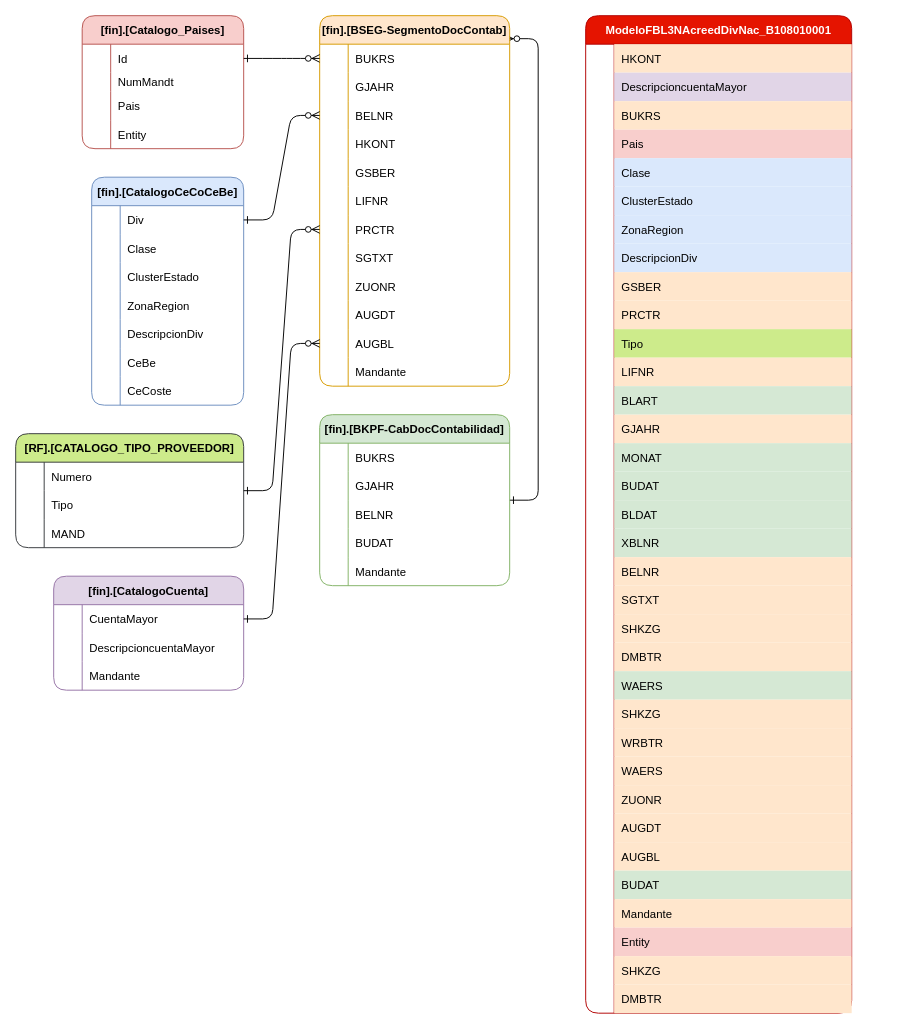
Above: ER_FBL3N_1.drawio in ale230131/ale230131 (draw.io), before the change. Source tidied: cells renumbered, new cells numbered last; positions are measured from the earlier drawing's top-left corner, leaving out a move shared by most shapes. Both pictures are drawn from the tidied source at 95%, with x=0, y=0 at pixel (-674, 15).
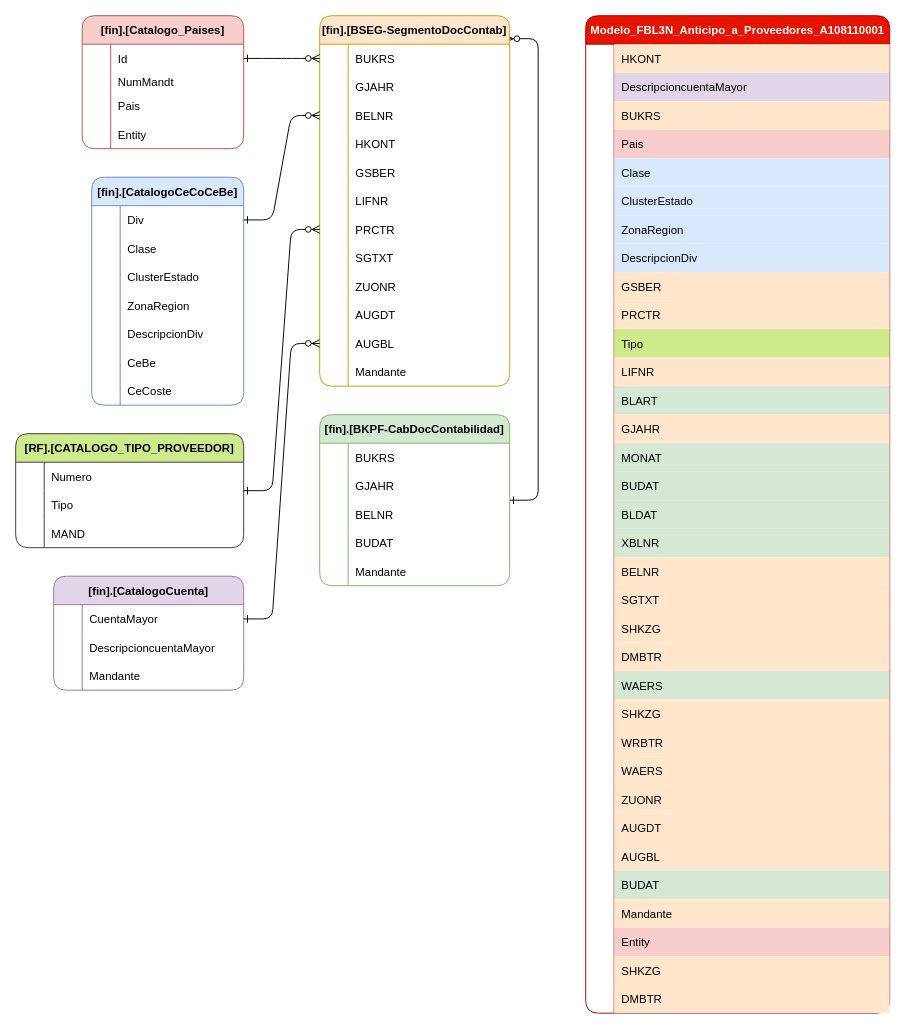
After the change.

What changed in the source:
```diff
@@
-    <mxCell id="3" value="ModeloFBL3NAcreedDivNac_B108010001" style="shape=table;startSize=30;childLayout=tableLayout;rowLines=0;fontStyle=1;align=center;fillColor=#e51400;fontColor=#ffffff;strokeColor=#B20000;rounded=1;" parent="1" vertex="1">
-      <mxGeometry x="1326" width="280" height="1050" as="geometry" />
+    <mxCell id="3" value="Modelo_FBL3N_Anticipo_a_Proveedores_A108110001" style="shape=table;startSize=30;childLayout=tableLayout;rowLines=0;fontStyle=1;align=center;fillColor=#e51400;fontColor=#ffffff;strokeColor=#B20000;rounded=1;" parent="1" vertex="1">
+      <mxGeometry x="1326" width="320" height="1050" as="geometry" />
     </mxCell>
     <mxCell id="4" style="shape=tableRow;horizontal=0;startSize=0;swimlaneHead=0;swimlaneBody=0;fillColor=none;strokeColor=inherit;top=0;left=0;right=0;bottom=0;" parent="3" vertex="1">
-      <mxGeometry y="30" width="280" height="30" as="geometry" />
+      <mxGeometry y="30" width="320" height="30" as="geometry" />
     </mxCell>
@@
     <mxCell id="6" value="HKONT" style="shape=partialRectangle;overflow=hidden;fillColor=#ffe6cc;align=left;strokeColor=#d79b00;top=0;left=0;bottom=0;right=0;spacingLeft=6;" parent="4" vertex="1">
-      <mxGeometry x="30" width="250" height="30" as="geometry" />
+      <mxGeometry x="30" width="290" height="30" as="geometry" />
     </mxCell>
     <mxCell id="7" style="shape=tableRow;horizontal=0;startSize=0;swimlaneHead=0;swimlaneBody=0;fillColor=none;strokeColor=inherit;top=0;left=0;right=0;bottom=0;" parent="3" vertex="1">
-      <mxGeometry y="60" width="280" height="30" as="geometry" />
+      <mxGeometry y="60" width="320" height="30" as="geometry" />
     </mxCell>
@@
     <mxCell id="9" value="DescripcioncuentaMayor" style="shape=partialRectangle;overflow=hidden;fillColor=#e1d5e7;align=left;strokeColor=#9673a6;top=0;left=0;bottom=0;right=0;spacingLeft=6;" parent="7" vertex="1">
-      <mxGeometry x="30" width="250" height="30" as="geometry" />
+      <mxGeometry x="30" width="290" height="30" as="geometry" />
     </mxCell>
     <mxCell id="10" style="shape=tableRow;horizontal=0;startSize=0;swimlaneHead=0;swimlaneBody=0;fillColor=none;strokeColor=inherit;top=0;left=0;right=0;bottom=0;" parent="3" vertex="1">
-      <mxGeometry y="90" width="280" height="30" as="geometry" />
+      <mxGeometry y="90" width="320" height="30" as="geometry" />
     </mxCell>
@@
     <mxCell id="12" value="BUKRS" style="shape=partialRectangle;overflow=hidden;fillColor=#ffe6cc;align=left;strokeColor=#d79b00;top=0;left=0;bottom=0;right=0;spacingLeft=6;" parent="10" vertex="1">
-      <mxGeometry x="30" width="250" height="30" as="geometry" />
+      <mxGeometry x="30" width="290" height="30" as="geometry" />
     </mxCell>
     <mxCell id="13" style="shape=tableRow;horizontal=0;startSize=0;swimlaneHead=0;swimlaneBody=0;fillColor=none;strokeColor=inherit;top=0;left=0;right=0;bottom=0;" parent="3" vertex="1">
-      <mxGeometry y="120" width="280" height="30" as="geometry" />
+      <mxGeometry y="120" width="320" height="30" as="geometry" />
     </mxCell>
@@
     <mxCell id="15" value="Pais" style="shape=partialRectangle;overflow=hidden;fillColor=#f8cecc;align=left;strokeColor=#b85450;top=0;left=0;bottom=0;right=0;spacingLeft=6;" parent="13" vertex="1">
-      <mxGeometry x="30" width="250" height="30" as="geometry" />
+      <mxGeometry x="30" width="290" height="30" as="geometry" />
     </mxCell>
     <mxCell id="16" style="shape=tableRow;horizontal=0;startSize=0;swimlaneHead=0;swimlaneBody=0;fillColor=none;strokeColor=inherit;top=0;left=0;right=0;bottom=0;" parent="3" vertex="1">
-      <mxGeometry y="150" width="280" height="30" as="geometry" />
+      <mxGeometry y="150" width="320" height="30" as="geometry" />
     </mxCell>
@@
     <mxCell id="18" value="Clase" style="shape=partialRectangle;overflow=hidden;fillColor=#dae8fc;align=left;strokeColor=#6c8ebf;top=0;left=0;bottom=0;right=0;spacingLeft=6;" parent="16" vertex="1">
-      <mxGeometry x="30" width="250" height="30" as="geometry" />
+      <mxGeometry x="30" width="290" height="30" as="geometry" />
     </mxCell>
     <mxCell id="19" style="shape=tableRow;horizontal=0;startSize=0;swimlaneHead=0;swimlaneBody=0;fillColor=none;strokeColor=inherit;top=0;left=0;right=0;bottom=0;" parent="3" vertex="1">
-      <mxGeometry y="180" width="280" height="30" as="geometry" />
+      <mxGeometry y="180" width="320" height="30" as="geometry" />
     </mxCell>
@@
     <mxCell id="21" value="ClusterEstado" style="shape=partialRectangle;overflow=hidden;fillColor=#dae8fc;align=left;strokeColor=#6c8ebf;top=0;left=0;bottom=0;right=0;spacingLeft=6;" parent="19" vertex="1">
-      <mxGeometry x="30" width="250" height="30" as="geometry" />
+      <mxGeometry x="30" width="290" height="30" as="geometry" />
     </mxCell>
     <mxCell id="22" style="shape=tableRow;horizontal=0;startSize=0;swimlaneHead=0;swimlaneBody=0;fillColor=none;strokeColor=inherit;top=0;left=0;right=0;bottom=0;" parent="3" vertex="1">
-      <mxGeometry y="210" width="280" height="30" as="geometry" />
+      <mxGeometry y="210" width="320" height="30" as="geometry" />
     </mxCell>
@@
     <mxCell id="24" value="ZonaRegion" style="shape=partialRectangle;overflow=hidden;fillColor=#dae8fc;align=left;strokeColor=#6c8ebf;top=0;left=0;bottom=0;right=0;spacingLeft=6;" parent="22" vertex="1">
-      <mxGeometry x="30" width="250" height="30" as="geometry" />
+      <mxGeometry x="30" width="290" height="30" as="geometry" />
     </mxCell>
     <mxCell id="25" style="shape=tableRow;horizontal=0;startSize=0;swimlaneHead=0;swimlaneBody=0;fillColor=none;strokeColor=inherit;top=0;left=0;right=0;bottom=0;" parent="3" vertex="1">
-      <mxGeometry y="240" width="280" height="30" as="geometry" />
+      <mxGeometry y="240" width="320" height="30" as="geometry" />
     </mxCell>
@@
     <mxCell id="27" value="DescripcionDiv" style="shape=partialRectangle;overflow=hidden;fillColor=#dae8fc;align=left;strokeColor=#6c8ebf;top=0;left=0;bottom=0;right=0;spacingLeft=6;" parent="25" vertex="1">
-      <mxGeometry x="30" width="250" height="30" as="geometry" />
+      <mxGeometry x="30" width="290" height="30" as="geometry" />
     </mxCell>
     <mxCell id="28" style="shape=tableRow;horizontal=0;startSize=0;swimlaneHead=0;swimlaneBody=0;fillColor=none;strokeColor=inherit;top=0;left=0;right=0;bottom=0;" parent="3" vertex="1">
-      <mxGeometry y="270" width="280" height="30" as="geometry" />
+      <mxGeometry y="270" width="320" height="30" as="geometry" />
     </mxCell>
@@
     <mxCell id="30" value="GSBER" style="shape=partialRectangle;overflow=hidden;fillColor=#ffe6cc;align=left;strokeColor=#d79b00;top=0;left=0;bottom=0;right=0;spacingLeft=6;" parent="28" vertex="1">
-      <mxGeometry x="30" width="250" height="30" as="geometry" />
+      <mxGeometry x="30" width="290" height="30" as="geometry" />
     </mxCell>
     <mxCell id="31" style="shape=tableRow;horizontal=0;startSize=0;swimlaneHead=0;swimlaneBody=0;fillColor=none;strokeColor=inherit;top=0;left=0;right=0;bottom=0;" parent="3" vertex="1">
-      <mxGeometry y="300" width="280" height="30" as="geometry" />
+      <mxGeometry y="300" width="320" height="30" as="geometry" />
     </mxCell>
@@
     <mxCell id="33" value="PRCTR" style="shape=partialRectangle;overflow=hidden;fillColor=#ffe6cc;align=left;strokeColor=#d79b00;top=0;left=0;bottom=0;right=0;spacingLeft=6;" parent="31" vertex="1">
-      <mxGeometry x="30" width="250" height="30" as="geometry" />
+      <mxGeometry x="30" width="290" height="30" as="geometry" />
     </mxCell>
     <mxCell id="34" style="shape=tableRow;horizontal=0;startSize=0;swimlaneHead=0;swimlaneBody=0;fillColor=none;strokeColor=inherit;top=0;left=0;right=0;bottom=0;" parent="3" vertex="1">
-      <mxGeometry y="330" width="280" height="30" as="geometry" />
+      <mxGeometry y="330" width="320" height="30" as="geometry" />
     </mxCell>
@@
     <mxCell id="36" value="Tipo" style="shape=partialRectangle;overflow=hidden;fillColor=#cdeb8b;align=left;strokeColor=#36393d;top=0;left=0;bottom=0;right=0;spacingLeft=6;" parent="34" vertex="1">
-      <mxGeometry x="30" width="250" height="30" as="geometry" />
+      <mxGeometry x="30" width="290" height="30" as="geometry" />
     </mxCell>
     <mxCell id="37" style="shape=tableRow;horizontal=0;startSize=0;swimlaneHead=0;swimlaneBody=0;fillColor=none;strokeColor=inherit;top=0;left=0;right=0;bottom=0;" parent="3" vertex="1">
-      <mxGeometry y="360" width="280" height="30" as="geometry" />
+      <mxGeometry y="360" width="320" height="30" as="geometry" />
     </mxCell>
@@
     <mxCell id="39" value="LIFNR" style="shape=partialRectangle;overflow=hidden;fillColor=#ffe6cc;align=left;strokeColor=#d79b00;top=0;left=0;bottom=0;right=0;spacingLeft=6;" parent="37" vertex="1">
-      <mxGeometry x="30" width="250" height="30" as="geometry" />
+      <mxGeometry x="30" width="290" height="30" as="geometry" />
     </mxCell>
     <mxCell id="40" style="shape=tableRow;horizontal=0;startSize=0;swimlaneHead=0;swimlaneBody=0;fillColor=none;strokeColor=inherit;top=0;left=0;right=0;bottom=0;" parent="3" vertex="1">
-      <mxGeometry y="390" width="280" height="30" as="geometry" />
+      <mxGeometry y="390" width="320" height="30" as="geometry" />
     </mxCell>
@@
     <mxCell id="42" value="BLART" style="shape=partialRectangle;overflow=hidden;fillColor=#d5e8d4;align=left;strokeColor=#82b366;top=0;left=0;bottom=0;right=0;spacingLeft=6;" parent="40" vertex="1">
-      <mxGeometry x="30" width="250" height="30" as="geometry" />
+      <mxGeometry x="30" width="290" height="30" as="geometry" />
     </mxCell>
     <mxCell id="43" style="shape=tableRow;horizontal=0;startSize=0;swimlaneHead=0;swimlaneBody=0;fillColor=none;strokeColor=inherit;top=0;left=0;right=0;bottom=0;" parent="3" vertex="1">
-      <mxGeometry y="420" width="280" height="30" as="geometry" />
+      <mxGeometry y="420" width="320" height="30" as="geometry" />
     </mxCell>
@@
     <mxCell id="45" value="GJAHR" style="shape=partialRectangle;overflow=hidden;fillColor=#ffe6cc;align=left;strokeColor=#d79b00;top=0;left=0;bottom=0;right=0;spacingLeft=6;" parent="43" vertex="1">
-      <mxGeometry x="30" width="250" height="30" as="geometry" />
+      <mxGeometry x="30" width="290" height="30" as="geometry" />
     </mxCell>
     <mxCell id="46" style="shape=tableRow;horizontal=0;startSize=0;swimlaneHead=0;swimlaneBody=0;fillColor=none;strokeColor=inherit;top=0;left=0;right=0;bottom=0;" parent="3" vertex="1">
-      <mxGeometry y="450" width="280" height="30" as="geometry" />
+      <mxGeometry y="450" width="320" height="30" as="geometry" />
     </mxCell>
@@
     <mxCell id="48" value="MONAT" style="shape=partialRectangle;overflow=hidden;fillColor=#d5e8d4;align=left;strokeColor=#82b366;top=0;left=0;bottom=0;right=0;spacingLeft=6;" parent="46" vertex="1">
-      <mxGeometry x="30" width="250" height="30" as="geometry" />
+      <mxGeometry x="30" width="290" height="30" as="geometry" />
     </mxCell>
     <mxCell id="49" style="shape=tableRow;horizontal=0;startSize=0;swimlaneHead=0;swimlaneBody=0;fillColor=none;strokeColor=inherit;top=0;left=0;right=0;bottom=0;" parent="3" vertex="1">
-      <mxGeometry y="480" width="280" height="30" as="geometry" />
+      <mxGeometry y="480" width="320" height="30" as="geometry" />
     </mxCell>
@@
     <mxCell id="51" value="BUDAT" style="shape=partialRectangle;overflow=hidden;fillColor=#d5e8d4;align=left;strokeColor=#82b366;top=0;left=0;bottom=0;right=0;spacingLeft=6;" parent="49" vertex="1">
-      <mxGeometry x="30" width="250" height="30" as="geometry" />
+      <mxGeometry x="30" width="290" height="30" as="geometry" />
     </mxCell>
     <mxCell id="52" style="shape=tableRow;horizontal=0;startSize=0;swimlaneHead=0;swimlaneBody=0;fillColor=none;strokeColor=inherit;top=0;left=0;right=0;bottom=0;" parent="3" vertex="1">
-      <mxGeometry y="510" width="280" height="30" as="geometry" />
+      <mxGeometry y="510" width="320" height="30" as="geometry" />
     </mxCell>
@@
     <mxCell id="54" value="BLDAT" style="shape=partialRectangle;overflow=hidden;fillColor=#d5e8d4;align=left;strokeColor=#82b366;top=0;left=0;bottom=0;right=0;spacingLeft=6;" parent="52" vertex="1">
-      <mxGeometry x="30" width="250" height="30" as="geometry" />
+      <mxGeometry x="30" width="290" height="30" as="geometry" />
     </mxCell>
     <mxCell id="55" style="shape=tableRow;horizontal=0;startSize=0;swimlaneHead=0;swimlaneBody=0;fillColor=none;strokeColor=inherit;top=0;left=0;right=0;bottom=0;" parent="3" vertex="1">
-      <mxGeometry y="540" width="280" height="30" as="geometry" />
+      <mxGeometry y="540" width="320" height="30" as="geometry" />
     </mxCell>
@@
     <mxCell id="57" value="XBLNR" style="shape=partialRectangle;overflow=hidden;fillColor=#d5e8d4;align=left;strokeColor=#82b366;top=0;left=0;bottom=0;right=0;spacingLeft=6;" parent="55" vertex="1">
-      <mxGeometry x="30" width="250" height="30" as="geometry" />
+      <mxGeometry x="30" width="290" height="30" as="geometry" />
     </mxCell>
     <mxCell id="58" style="shape=tableRow;horizontal=0;startSize=0;swimlaneHead=0;swimlaneBody=0;fillColor=none;strokeColor=inherit;top=0;left=0;right=0;bottom=0;" parent="3" vertex="1">
-      <mxGeometry y="570" width="280" height="30" as="geometry" />
+      <mxGeometry y="570" width="320" height="30" as="geometry" />
     </mxCell>
@@
     <mxCell id="60" value="BELNR" style="shape=partialRectangle;overflow=hidden;fillColor=#ffe6cc;align=left;strokeColor=#d79b00;top=0;left=0;bottom=0;right=0;spacingLeft=6;" parent="58" vertex="1">
-      <mxGeometry x="30" width="250" height="30" as="geometry" />
+      <mxGeometry x="30" width="290" height="30" as="geometry" />
     </mxCell>
     <mxCell id="61" style="shape=tableRow;horizontal=0;startSize=0;swimlaneHead=0;swimlaneBody=0;fillColor=none;strokeColor=inherit;top=0;left=0;right=0;bottom=0;" parent="3" vertex="1">
-      <mxGeometry y="600" width="280" height="30" as="geometry" />
+      <mxGeometry y="600" width="320" height="30" as="geometry" />
     </mxCell>
@@
     <mxCell id="63" value="SGTXT" style="shape=partialRectangle;overflow=hidden;fillColor=#ffe6cc;align=left;strokeColor=#d79b00;top=0;left=0;bottom=0;right=0;spacingLeft=6;" parent="61" vertex="1">
-      <mxGeometry x="30" width="250" height="30" as="geometry" />
+      <mxGeometry x="30" width="290" height="30" as="geometry" />
     </mxCell>
     <mxCell id="64" style="shape=tableRow;horizontal=0;startSize=0;swimlaneHead=0;swimlaneBody=0;fillColor=none;strokeColor=inherit;top=0;left=0;right=0;bottom=0;" parent="3" vertex="1">
-      <mxGeometry y="630" width="280" height="30" as="geometry" />
+      <mxGeometry y="630" width="320" height="30" as="geometry" />
     </mxCell>
@@
     <mxCell id="66" value="SHKZG" style="shape=partialRectangle;overflow=hidden;fillColor=#ffe6cc;align=left;strokeColor=#d79b00;top=0;left=0;bottom=0;right=0;spacingLeft=6;" parent="64" vertex="1">
-      <mxGeometry x="30" width="250" height="30" as="geometry" />
+      <mxGeometry x="30" width="290" height="30" as="geometry" />
     </mxCell>
     <mxCell id="67" style="shape=tableRow;horizontal=0;startSize=0;swimlaneHead=0;swimlaneBody=0;fillColor=none;strokeColor=inherit;top=0;left=0;right=0;bottom=0;" parent="3" vertex="1">
-      <mxGeometry y="660" width="280" height="30" as="geometry" />
+      <mxGeometry y="660" width="320" height="30" as="geometry" />
     </mxCell>
@@
     <mxCell id="69" value="DMBTR" style="shape=partialRectangle;overflow=hidden;fillColor=#ffe6cc;align=left;strokeColor=#d79b00;top=0;left=0;bottom=0;right=0;spacingLeft=6;" parent="67" vertex="1">
-      <mxGeometry x="30" width="250" height="30" as="geometry" />
+      <mxGeometry x="30" width="290" height="30" as="geometry" />
     </mxCell>
     <mxCell id="70" style="shape=tableRow;horizontal=0;startSize=0;swimlaneHead=0;swimlaneBody=0;fillColor=none;strokeColor=inherit;top=0;left=0;right=0;bottom=0;" parent="3" vertex="1">
-      <mxGeometry y="690" width="280" height="30" as="geometry" />
+      <mxGeometry y="690" width="320" height="30" as="geometry" />
     </mxCell>
@@
     <mxCell id="72" value="WAERS" style="shape=partialRectangle;overflow=hidden;fillColor=#d5e8d4;align=left;strokeColor=#82b366;top=0;left=0;bottom=0;right=0;spacingLeft=6;" parent="70" vertex="1">
-      <mxGeometry x="30" width="250" height="30" as="geometry" />
+      <mxGeometry x="30" width="290" height="30" as="geometry" />
     </mxCell>
     <mxCell id="73" style="shape=tableRow;horizontal=0;startSize=0;swimlaneHead=0;swimlaneBody=0;fillColor=none;strokeColor=inherit;top=0;left=0;right=0;bottom=0;" parent="3" vertex="1">
-      <mxGeometry y="720" width="280" height="30" as="geometry" />
+      <mxGeometry y="720" width="320" height="30" as="geometry" />
     </mxCell>
@@
     <mxCell id="75" value="SHKZG" style="shape=partialRectangle;overflow=hidden;fillColor=#ffe6cc;align=left;strokeColor=#d79b00;top=0;left=0;bottom=0;right=0;spacingLeft=6;" parent="73" vertex="1">
-      <mxGeometry x="30" width="250" height="30" as="geometry" />
+      <mxGeometry x="30" width="290" height="30" as="geometry" />
     </mxCell>
     <mxCell id="76" style="shape=tableRow;horizontal=0;startSize=0;swimlaneHead=0;swimlaneBody=0;fillColor=none;strokeColor=inherit;top=0;left=0;right=0;bottom=0;" parent="3" vertex="1">
-      <mxGeometry y="750" width="280" height="30" as="geometry" />
+      <mxGeometry y="750" width="320" height="30" as="geometry" />
     </mxCell>
@@
     <mxCell id="78" value="WRBTR" style="shape=partialRectangle;overflow=hidden;fillColor=#ffe6cc;align=left;strokeColor=#d79b00;top=0;left=0;bottom=0;right=0;spacingLeft=6;" parent="76" vertex="1">
-      <mxGeometry x="30" width="250" height="30" as="geometry" />
+      <mxGeometry x="30" width="290" height="30" as="geometry" />
     </mxCell>
     <mxCell id="79" style="shape=tableRow;horizontal=0;startSize=0;swimlaneHead=0;swimlaneBody=0;fillColor=none;strokeColor=inherit;top=0;left=0;right=0;bottom=0;" parent="3" vertex="1">
-      <mxGeometry y="780" width="280" height="30" as="geometry" />
+      <mxGeometry y="780" width="320" height="30" as="geometry" />
     </mxCell>
@@
     <mxCell id="81" value="WAERS" style="shape=partialRectangle;overflow=hidden;fillColor=#ffe6cc;align=left;strokeColor=#d79b00;top=0;left=0;bottom=0;right=0;spacingLeft=6;" parent="79" vertex="1">
-      <mxGeometry x="30" width="250" height="30" as="geometry" />
+      <mxGeometry x="30" width="290" height="30" as="geometry" />
     </mxCell>
     <mxCell id="82" style="shape=tableRow;horizontal=0;startSize=0;swimlaneHead=0;swimlaneBody=0;fillColor=none;strokeColor=inherit;top=0;left=0;right=0;bottom=0;" parent="3" vertex="1">
-      <mxGeometry y="810" width="280" height="30" as="geometry" />
+      <mxGeometry y="810" width="320" height="30" as="geometry" />
     </mxCell>
@@
     <mxCell id="84" value="ZUONR" style="shape=partialRectangle;overflow=hidden;fillColor=#ffe6cc;align=left;strokeColor=#d79b00;top=0;left=0;bottom=0;right=0;spacingLeft=6;" parent="82" vertex="1">
-      <mxGeometry x="30" width="250" height="30" as="geometry" />
+      <mxGeometry x="30" width="290" height="30" as="geometry" />
     </mxCell>
     <mxCell id="85" style="shape=tableRow;horizontal=0;startSize=0;swimlaneHead=0;swimlaneBody=0;fillColor=none;strokeColor=inherit;top=0;left=0;right=0;bottom=0;" parent="3" vertex="1">
-      <mxGeometry y="840" width="280" height="30" as="geometry" />
+      <mxGeometry y="840" width="320" height="30" as="geometry" />
     </mxCell>
@@
     <mxCell id="87" value="AUGDT" style="shape=partialRectangle;overflow=hidden;fillColor=#ffe6cc;align=left;strokeColor=#d79b00;top=0;left=0;bottom=0;right=0;spacingLeft=6;" parent="85" vertex="1">
-      <mxGeometry x="30" width="250" height="30" as="geometry" />
+      <mxGeometry x="30" width="290" height="30" as="geometry" />
     </mxCell>
     <mxCell id="88" style="shape=tableRow;horizontal=0;startSize=0;swimlaneHead=0;swimlaneBody=0;fillColor=none;strokeColor=inherit;top=0;left=0;right=0;bottom=0;" parent="3" vertex="1">
-      <mxGeometry y="870" width="280" height="30" as="geometry" />
+      <mxGeometry y="870" width="320" height="30" as="geometry" />
     </mxCell>
@@
     <mxCell id="90" value="AUGBL" style="shape=partialRectangle;overflow=hidden;fillColor=#ffe6cc;align=left;strokeColor=#d79b00;top=0;left=0;bottom=0;right=0;spacingLeft=6;" parent="88" vertex="1">
-      <mxGeometry x="30" width="250" height="30" as="geometry" />
+      <mxGeometry x="30" width="290" height="30" as="geometry" />
     </mxCell>
     <mxCell id="91" style="shape=tableRow;horizontal=0;startSize=0;swimlaneHead=0;swimlaneBody=0;fillColor=none;strokeColor=inherit;top=0;left=0;right=0;bottom=0;" parent="3" vertex="1">
-      <mxGeometry y="900" width="280" height="30" as="geometry" />
+      <mxGeometry y="900" width="320" height="30" as="geometry" />
     </mxCell>
@@
     <mxCell id="93" value="BUDAT" style="shape=partialRectangle;overflow=hidden;fillColor=#d5e8d4;align=left;strokeColor=#82b366;top=0;left=0;bottom=0;right=0;spacingLeft=6;" parent="91" vertex="1">
-      <mxGeometry x="30" width="250" height="30" as="geometry" />
+      <mxGeometry x="30" width="290" height="30" as="geometry" />
     </mxCell>
     <mxCell id="94" style="shape=tableRow;horizontal=0;startSize=0;swimlaneHead=0;swimlaneBody=0;fillColor=none;strokeColor=inherit;top=0;left=0;right=0;bottom=0;" parent="3" vertex="1">
-      <mxGeometry y="930" width="280" height="30" as="geometry" />
+      <mxGeometry y="930" width="320" height="30" as="geometry" />
     </mxCell>
@@
     <mxCell id="96" value="Mandante" style="shape=partialRectangle;overflow=hidden;fillColor=#ffe6cc;align=left;strokeColor=#d79b00;top=0;left=0;bottom=0;right=0;spacingLeft=6;" parent="94" vertex="1">
-      <mxGeometry x="30" width="250" height="30" as="geometry" />
+      <mxGeometry x="30" width="290" height="30" as="geometry" />
     </mxCell>
     <mxCell id="97" style="shape=tableRow;horizontal=0;startSize=0;swimlaneHead=0;swimlaneBody=0;fillColor=none;strokeColor=inherit;top=0;left=0;right=0;bottom=0;" parent="3" vertex="1">
-      <mxGeometry y="960" width="280" height="30" as="geometry" />
+      <mxGeometry y="960" width="320" height="30" as="geometry" />
     </mxCell>
@@
     <mxCell id="99" value="Entity" style="shape=partialRectangle;overflow=hidden;fillColor=#f8cecc;align=left;strokeColor=#b85450;top=0;left=0;bottom=0;right=0;spacingLeft=6;" parent="97" vertex="1">
-      <mxGeometry x="30" width="250" height="30" as="geometry" />
+      <mxGeometry x="30" width="290" height="30" as="geometry" />
     </mxCell>
     <mxCell id="100" style="shape=tableRow;horizontal=0;startSize=0;swimlaneHead=0;swimlaneBody=0;fillColor=none;strokeColor=inherit;top=0;left=0;right=0;bottom=0;" parent="3" vertex="1">
-      <mxGeometry y="990" width="280" height="30" as="geometry" />
+      <mxGeometry y="990" width="320" height="30" as="geometry" />
     </mxCell>
@@
     <mxCell id="102" value="SHKZG" style="shape=partialRectangle;overflow=hidden;fillColor=#ffe6cc;align=left;strokeColor=#d79b00;top=0;left=0;bottom=0;right=0;spacingLeft=6;" parent="100" vertex="1">
-      <mxGeometry x="30" width="250" height="30" as="geometry" />
+      <mxGeometry x="30" width="290" height="30" as="geometry" />
     </mxCell>
     <mxCell id="103" style="shape=tableRow;horizontal=0;startSize=0;swimlaneHead=0;swimlaneBody=0;fillColor=none;strokeColor=inherit;top=0;left=0;right=0;bottom=0;" parent="3" vertex="1">
-      <mxGeometry y="1020" width="280" height="30" as="geometry" />
+      <mxGeometry y="1020" width="320" height="30" as="geometry" />
     </mxCell>
@@
     <mxCell id="105" value="DMBTR" style="shape=partialRectangle;overflow=hidden;fillColor=#ffe6cc;align=left;strokeColor=#d79b00;top=0;left=0;bottom=0;right=0;spacingLeft=6;" parent="103" vertex="1">
-      <mxGeometry x="30" width="250" height="30" as="geometry" />
+      <mxGeometry x="30" width="290" height="30" as="geometry" />
     </mxCell>
```
